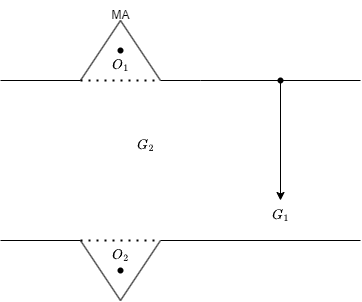
The draw.io diagram firset.png in Vcholerae1/grav_pre, before a commit. Source tidied: cells renumbered, new cells last; positions are measured from the earlier drawing's top-left corner, leaving out a move shared by most shapes.
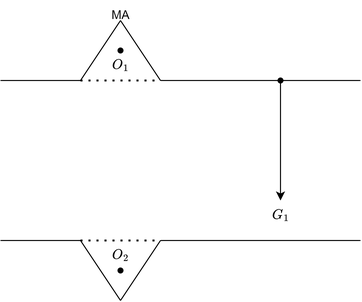
After the commit.

The edit, as a diff of the source:
```diff
@@ -81,9 +81,6 @@
         <mxPoint x="200" y="80" as="targetPoint" />
       </mxGeometry>
     </mxCell>
-    <mxCell id="18" value="$$G_2$$" style="text;html=1;align=center;verticalAlign=middle;strokeColor=none;fillColor=none;" parent="1" vertex="1">
-      <mxGeometry x="110" y="130" width="70" height="30" as="geometry" />
-    </mxCell>
     <mxCell id="19" style="endArrow=none;html=1;startArrow=none;" parent="1" edge="1" target="20">
       <mxGeometry relative="1" as="geometry">
         <mxPoint x="200" y="80" as="sourcePoint" />
```
